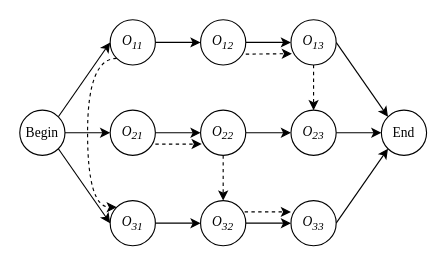
Above: 析取图.drawio in aslongaslihappy/algorithm (draw.io), before the change. Source tidied: cells renumbered, new cells numbered last; positions are measured from the earlier drawing's top-left corner, leaving out a move shared by most shapes. Both pictures are drawn from the tidied source at 113%, with x=0, y=0 at pixel (19, 19).
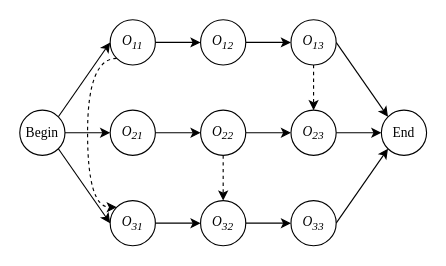
The same page after the edit.

Commit message:
更新析取图.drawio

Change to the diagram source:
```diff
@@
-    <mxCell id="28" style="rounded=0;orthogonalLoop=1;jettySize=auto;html=1;exitX=0.983;exitY=0.656;exitDx=0;exitDy=0;entryX=0.002;entryY=0.647;entryDx=0;entryDy=0;exitPerimeter=0;entryPerimeter=0;dashed=1;fontStyle=2;" parent="1" edge="1">
-      <mxGeometry relative="1" as="geometry">
-        <mxPoint x="200" y="30.4" as="sourcePoint" />
-        <mxPoint x="240.8" y="30" as="targetPoint" />
-      </mxGeometry>
-    </mxCell>
-    <mxCell id="29" style="rounded=0;orthogonalLoop=1;jettySize=auto;html=1;exitX=0.983;exitY=0.656;exitDx=0;exitDy=0;entryX=0.002;entryY=0.647;entryDx=0;entryDy=0;exitPerimeter=0;entryPerimeter=0;dashed=1;fontStyle=2;" parent="1" edge="1">
-      <mxGeometry relative="1" as="geometry">
-        <mxPoint x="120" y="110" as="sourcePoint" />
-        <mxPoint x="161" y="110" as="targetPoint" />
-      </mxGeometry>
-    </mxCell>
-    <mxCell id="30" style="rounded=0;orthogonalLoop=1;jettySize=auto;html=1;exitX=0.983;exitY=0.656;exitDx=0;exitDy=0;entryX=0.002;entryY=0.647;entryDx=0;entryDy=0;exitPerimeter=0;entryPerimeter=0;dashed=1;fontStyle=2;" parent="1" edge="1">
-      <mxGeometry relative="1" as="geometry">
-        <mxPoint x="199" y="170" as="sourcePoint" />
-        <mxPoint x="240" y="170" as="targetPoint" />
-      </mxGeometry>
-    </mxCell>
```
